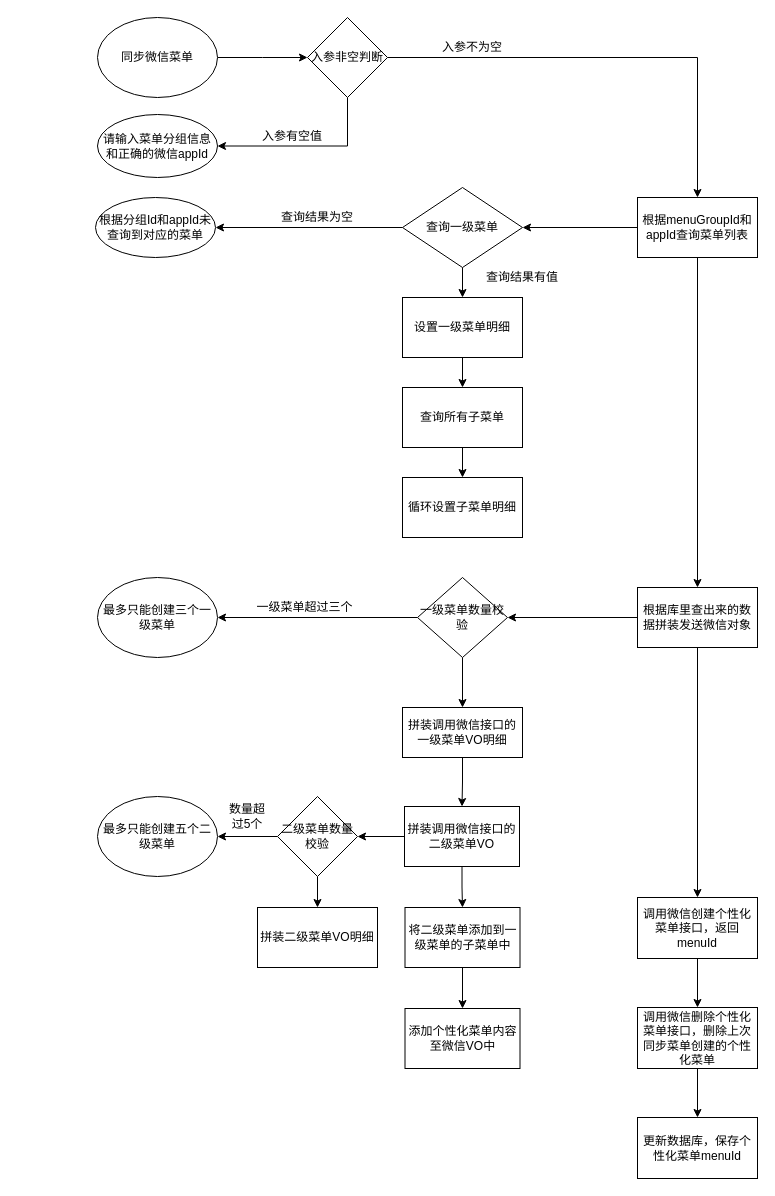
dingchengyungit/drawio keeps this draw.io diagram as 微信平台-同步菜单-流程图.drawio. Above is the earlier version. Source tidied: cells renumbered, new cells numbered last; positions are measured from the earlier drawing's top-left corner, leaving out a move shared by most shapes. Both pictures are drawn from the tidied source at 100%, with x=0, y=0 at pixel (95, 17).
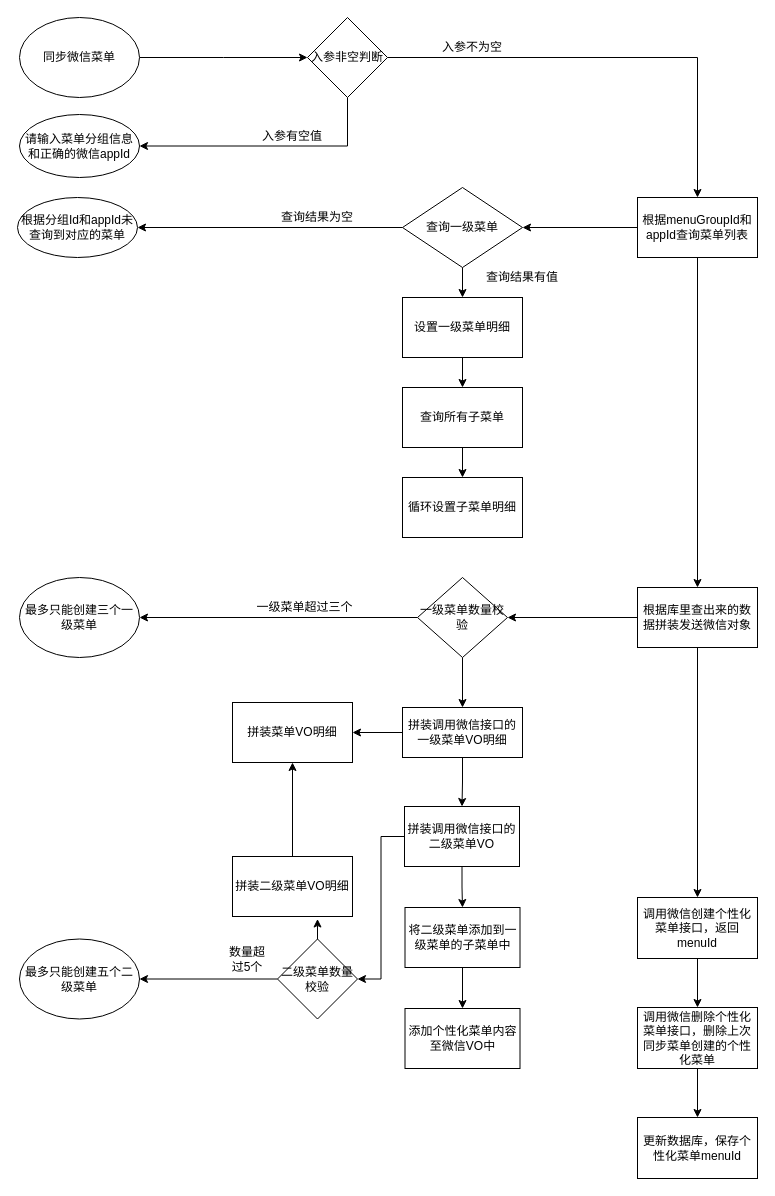
The same page after the edit.

Commit message:
更新微信平台-同步菜单-流程图.drawio

The change refers to these unchanged cells:
```xml
<mxCell id="38" value="拼装调用微信接口的一级菜单VO明细" style="rounded=0;whiteSpace=wrap;html=1;" parent="1" vertex="1">
  <mxGeometry x="307" y="690" width="120" height="50" as="geometry" />
</mxCell>
```

Change to the diagram source:
```diff
@@
     <mxCell id="3" value="同步微信菜单" style="ellipse;whiteSpace=wrap;html=1;" parent="1" vertex="1">
-      <mxGeometry x="2" width="120" height="80" as="geometry" />
+      <mxGeometry x="-76" width="120" height="80" as="geometry" />
     </mxCell>
@@
     <mxCell id="7" value="请输入菜单分组信息和正确的微信appId" style="ellipse;whiteSpace=wrap;html=1;" parent="1" vertex="1">
-      <mxGeometry x="2" y="97" width="120" height="63" as="geometry" />
+      <mxGeometry x="-76" y="97" width="120" height="63" as="geometry" />
     </mxCell>
@@
     <mxCell id="22" value="根据分组Id和appId未查询到对应的菜单" style="ellipse;whiteSpace=wrap;html=1;" parent="1" vertex="1">
-      <mxGeometry y="180" width="120" height="60" as="geometry" />
+      <mxGeometry x="-78" y="180" width="120" height="60" as="geometry" />
     </mxCell>
@@
     <mxCell id="35" value="最多只能创建三个一级菜单" style="ellipse;whiteSpace=wrap;html=1;" parent="1" vertex="1">
-      <mxGeometry x="2" y="560" width="120" height="80" as="geometry" />
+      <mxGeometry x="-76" y="560" width="120" height="80" as="geometry" />
     </mxCell>
@@
+    <mxCell id="51" style="edgeStyle=orthogonalEdgeStyle;rounded=0;jettySize=auto;html=1;entryX=1;entryY=0.5;entryDx=0;entryDy=0;" parent="1" edge="1" source="38" target="54">
+      <mxGeometry relative="1" as="geometry" />
+    </mxCell>
@@
-    <mxCell id="46" style="edgeStyle=orthogonalEdgeStyle;rounded=0;jettySize=auto;html=1;entryX=0.5;entryY=0;entryDx=0;entryDy=0;" parent="1" edge="1" source="47" target="50">
-      <mxGeometry relative="1" as="geometry" />
-    </mxCell>
+    <mxCell id="52" style="edgeStyle=orthogonalEdgeStyle;rounded=0;jettySize=auto;html=1;" parent="1" edge="1" source="47">
+      <mxGeometry relative="1" as="geometry">
+        <mxPoint x="222" y="901.5" as="targetPoint" />
+      </mxGeometry>
+    </mxCell>
     <mxCell id="47" value="二级菜单数量校验" style="rhombus;whiteSpace=wrap;html=1;" parent="1" vertex="1">
-      <mxGeometry x="182" y="779" width="80" height="80" as="geometry" />
+      <mxGeometry x="182" y="921.5" width="80" height="80" as="geometry" />
     </mxCell>
     <mxCell id="48" value="最多只能创建五个二级菜单" style="ellipse;whiteSpace=wrap;html=1;" parent="1" vertex="1">
-      <mxGeometry x="2" y="779" width="120" height="80" as="geometry" />
+      <mxGeometry x="-76" y="921.5" width="120" height="80" as="geometry" />
     </mxCell>
     <mxCell id="49" value="数量超过5个" style="text;html=1;strokeColor=none;fillColor=none;align=center;verticalAlign=middle;whiteSpace=wrap;rounded=0;" parent="1" vertex="1">
-      <mxGeometry x="132" y="789" width="40" height="20" as="geometry" />
+      <mxGeometry x="132" y="931.5" width="40" height="20" as="geometry" />
     </mxCell>
+    <mxCell id="53" style="edgeStyle=orthogonalEdgeStyle;rounded=0;jettySize=auto;html=1;entryX=0.5;entryY=1;entryDx=0;entryDy=0;" parent="1" edge="1" source="50" target="54">
+      <mxGeometry relative="1" as="geometry" />
+    </mxCell>
     <mxCell id="50" value="拼装二级菜单VO明细" style="rounded=0;whiteSpace=wrap;html=1;" parent="1" vertex="1">
-      <mxGeometry x="162" y="890" width="120" height="60" as="geometry" />
+      <mxGeometry x="137" y="839" width="120" height="60" as="geometry" />
     </mxCell>
+    <mxCell id="54" value="拼装菜单VO明细" style="rounded=0;whiteSpace=wrap;html=1;" parent="1" vertex="1">
+      <mxGeometry x="137" y="685" width="120" height="60" as="geometry" />
+    </mxCell>
```
